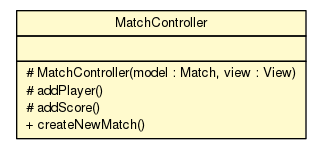
Above: documentation/api-javadoc/thmuggleton/controller/MatchController.png in thmuggleton/bowling-desktop (Graphviz), before the change. Its source is kept beside it as documentation/api-javadoc/thmuggleton/controller/MatchController.dot.
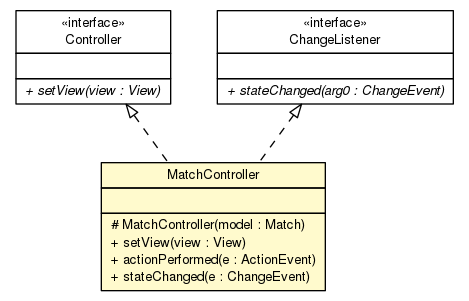
After the commit.

The edit, as a diff of the source:
```diff
@@ -4,7 +4,19 @@
 	node [fontname="Helvetica",fontsize=10,shape=plaintext];
 	nodesep=0.25;
 	ranksep=0.5;
-	c576 [label=<<table title="thmuggleton.controller.MatchController" border="0" cellborder="1" cellspacing="0" cellpadding="2" port="p" bgcolor="lemonChiffon" href="./MatchController.html">
+	c648 [label=<<table title="thmuggleton.controller.Controller" border="0" cellborder="1" cellspacing="0" cellpadding="2" port="p" href="./Controller.html">
+		<tr><td><table border="0" cellspacing="0" cellpadding="1">
+<tr><td align="center" balign="center"> &#171;interface&#187; </td></tr>
+<tr><td align="center" balign="center"> Controller </td></tr>
+		</table></td></tr>
+		<tr><td><table border="0" cellspacing="0" cellpadding="1">
+<tr><td align="left" balign="left">  </td></tr>
+		</table></td></tr>
+		<tr><td><table border="0" cellspacing="0" cellpadding="1">
+<tr><td align="left" balign="left"><font face="Helvetica-Oblique" point-size="10.0"> + setView(view : View) </font></td></tr>
+		</table></td></tr>
+		</table>>, URL="./Controller.html", fontname="Helvetica", fontcolor="black", fontsize=10.0];
+	c649 [label=<<table title="thmuggleton.controller.MatchController" border="0" cellborder="1" cellspacing="0" cellpadding="2" port="p" bgcolor="lemonChiffon" href="./MatchController.html">
 		<tr><td><table border="0" cellspacing="0" cellpadding="1">
 <tr><td align="center" balign="center"> MatchController </td></tr>
 		</table></td></tr>
@@ -12,10 +24,24 @@
 <tr><td align="left" balign="left">  </td></tr>
 		</table></td></tr>
 		<tr><td><table border="0" cellspacing="0" cellpadding="1">
-<tr><td align="left" balign="left"> # MatchController(model : Match, view : View) </td></tr>
-<tr><td align="left" balign="left"> # addPlayer() </td></tr>
-<tr><td align="left" balign="left"> # addScore() </td></tr>
-<tr><td align="left" balign="left"> + createNewMatch() </td></tr>
+<tr><td align="left" balign="left"> # MatchController(model : Match) </td></tr>
+<tr><td align="left" balign="left"> + setView(view : View) </td></tr>
+<tr><td align="left" balign="left"> + actionPerformed(e : ActionEvent) </td></tr>
+<tr><td align="left" balign="left"> + stateChanged(e : ChangeEvent) </td></tr>
 		</table></td></tr>
 		</table>>, URL="./MatchController.html", fontname="Helvetica", fontcolor="black", fontsize=10.0];
+	c648:p -> c649:p [dir=back,arrowtail=empty,style=dashed];
+	c671:p -> c649:p [dir=back,arrowtail=empty,style=dashed];
+	c671 [label=<<table title="javax.swing.event.ChangeListener" border="0" cellborder="1" cellspacing="0" cellpadding="2" port="p" href="http://java.sun.com/j2se/1.4.2/docs/api/javax/swing/event/ChangeListener.html">
+		<tr><td><table border="0" cellspacing="0" cellpadding="1">
+<tr><td align="center" balign="center"> &#171;interface&#187; </td></tr>
+<tr><td align="center" balign="center"> ChangeListener </td></tr>
+		</table></td></tr>
+		<tr><td><table border="0" cellspacing="0" cellpadding="1">
+<tr><td align="left" balign="left">  </td></tr>
+		</table></td></tr>
+		<tr><td><table border="0" cellspacing="0" cellpadding="1">
+<tr><td align="left" balign="left"><font face="Helvetica-Oblique" point-size="10.0"> + stateChanged(arg0 : ChangeEvent) </font></td></tr>
+		</table></td></tr>
+		</table>>, URL="http://java.sun.com/j2se/1.4.2/docs/api/javax/swing/event/ChangeListener.html", fontname="Helvetica", fontcolor="black", fontsize=10.0];
 }
```
